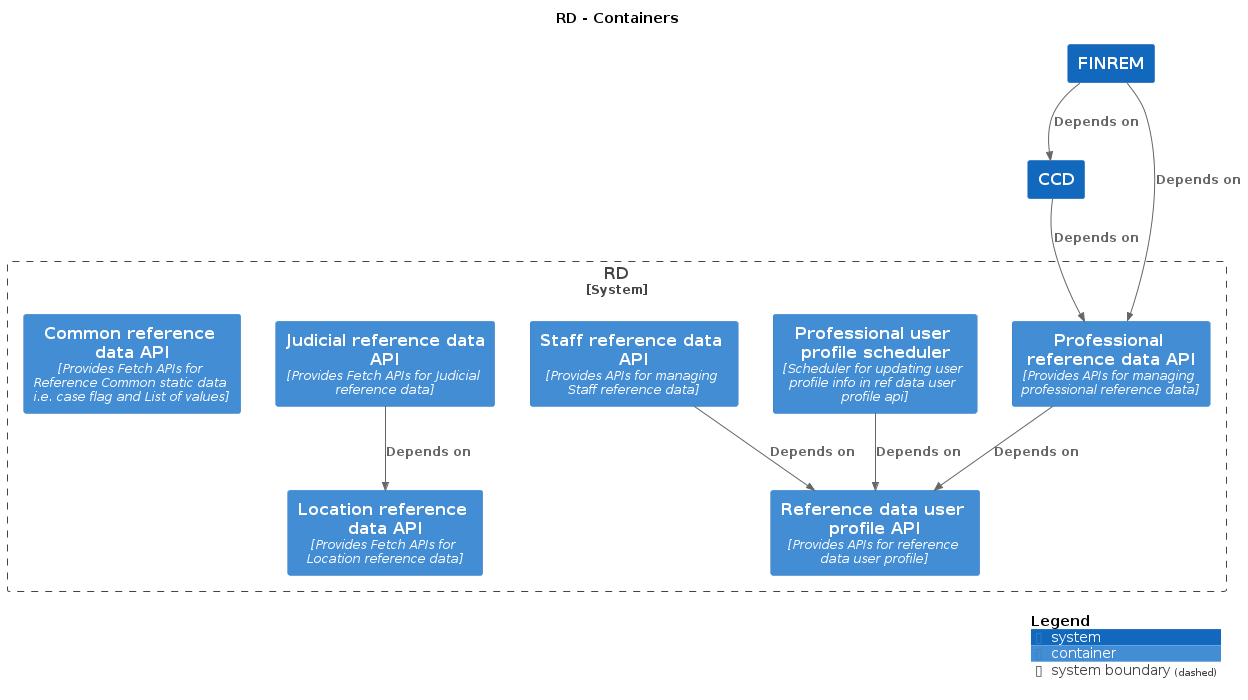
The PlantUML diagram docs/c4/rd/images/structurizr-rd-overview.png in hmcts/cnp-api-docs, before a commit.
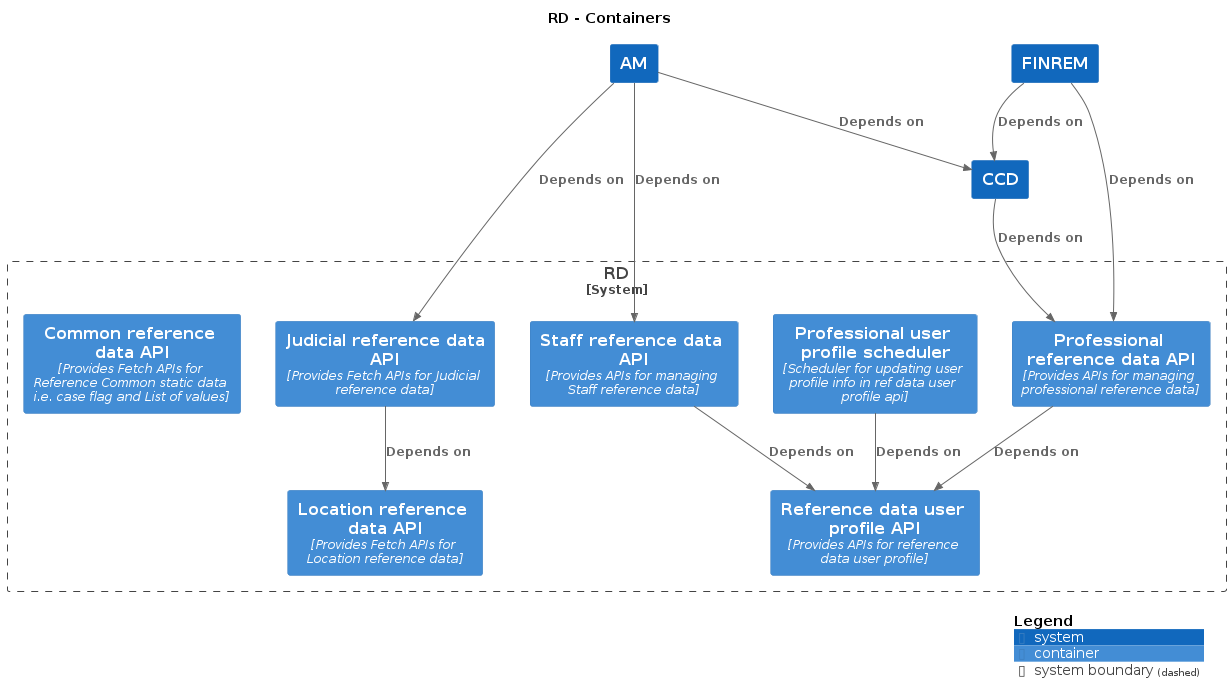
The same diagram one commit later.

The edit, as a diff of the source:
```diff
@@ -8,6 +8,7 @@
 !include https://raw.githubusercontent.com/plantuml-stdlib/C4-PlantUML/master/C4_Container.puml
 
 System(CCD, "CCD", "", $tags="")
+System(AM, "AM", "", $tags="")
 System(FINREM, "FINREM", "", $tags="")
 
 System_Boundary("RD_boundary", "RD") {
@@ -27,6 +28,9 @@
 Rel_D(RD.Professionaluserprofilescheduler, RD.ReferencedatauserprofileAPI, "Depends on", $tags="")
 Rel_D(RD.StaffreferencedataAPI, RD.ReferencedatauserprofileAPI, "Depends on", $tags="")
 Rel_D(RD.JudicialreferencedataAPI, RD.LocationreferencedataAPI, "Depends on", $tags="")
+Rel_D(AM, RD.JudicialreferencedataAPI, "Depends on", $tags="")
+Rel_D(AM, RD.StaffreferencedataAPI, "Depends on", $tags="")
+Rel_D(AM, CCD, "Depends on", $tags="")
 
 SHOW_DYNAMIC_LEGEND()
 @enduml
```
